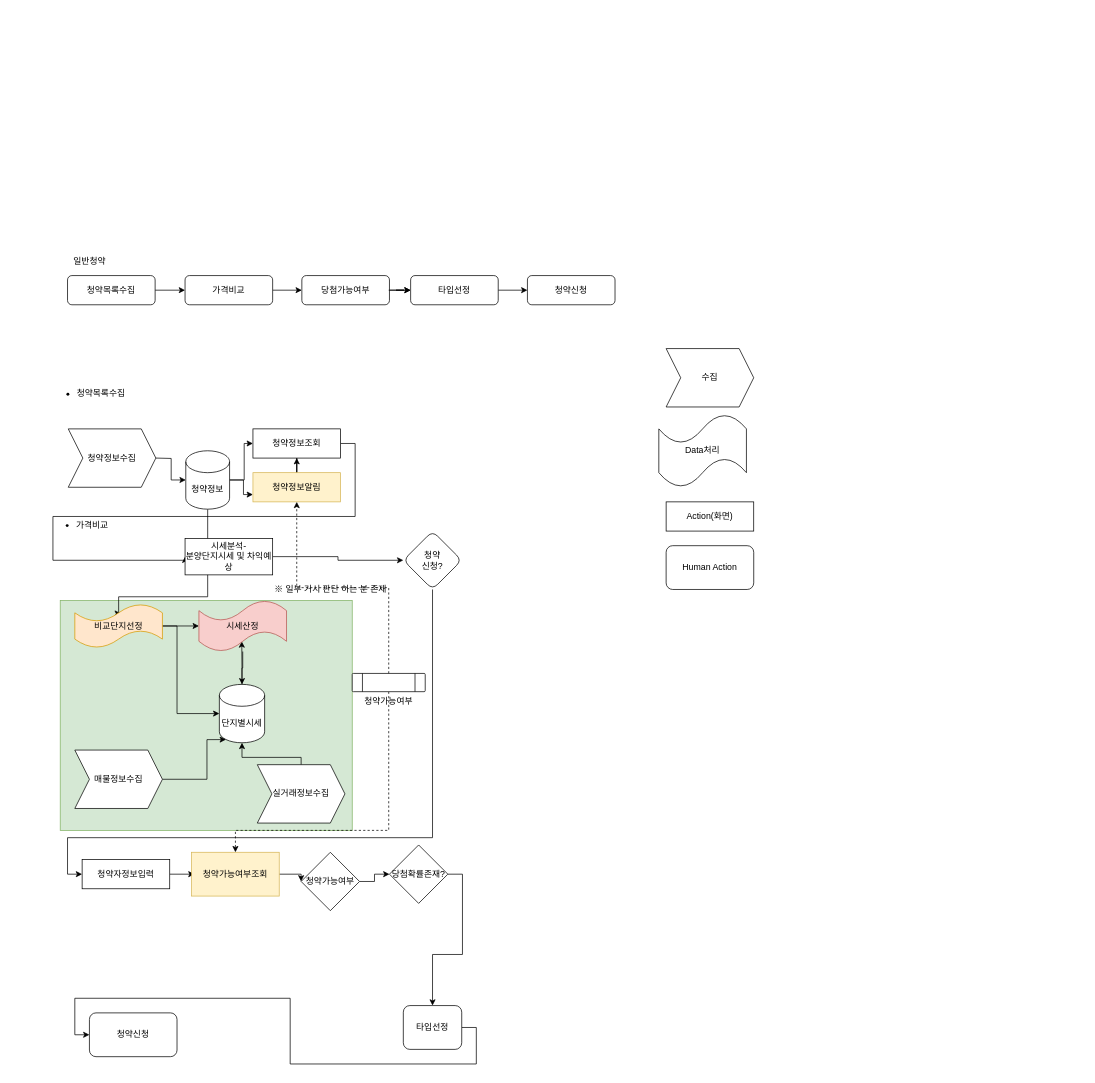
repproject/rep keeps this draw.io diagram as Untitled Diagram.drawio. Above is the earlier version. Source tidied: cells renumbered, new cells numbered last; positions are measured from the earlier drawing's top-left corner, leaving out a move shared by most shapes. Both pictures are drawn from the tidied source at 73%, with x=0, y=0 at pixel (45, 253).
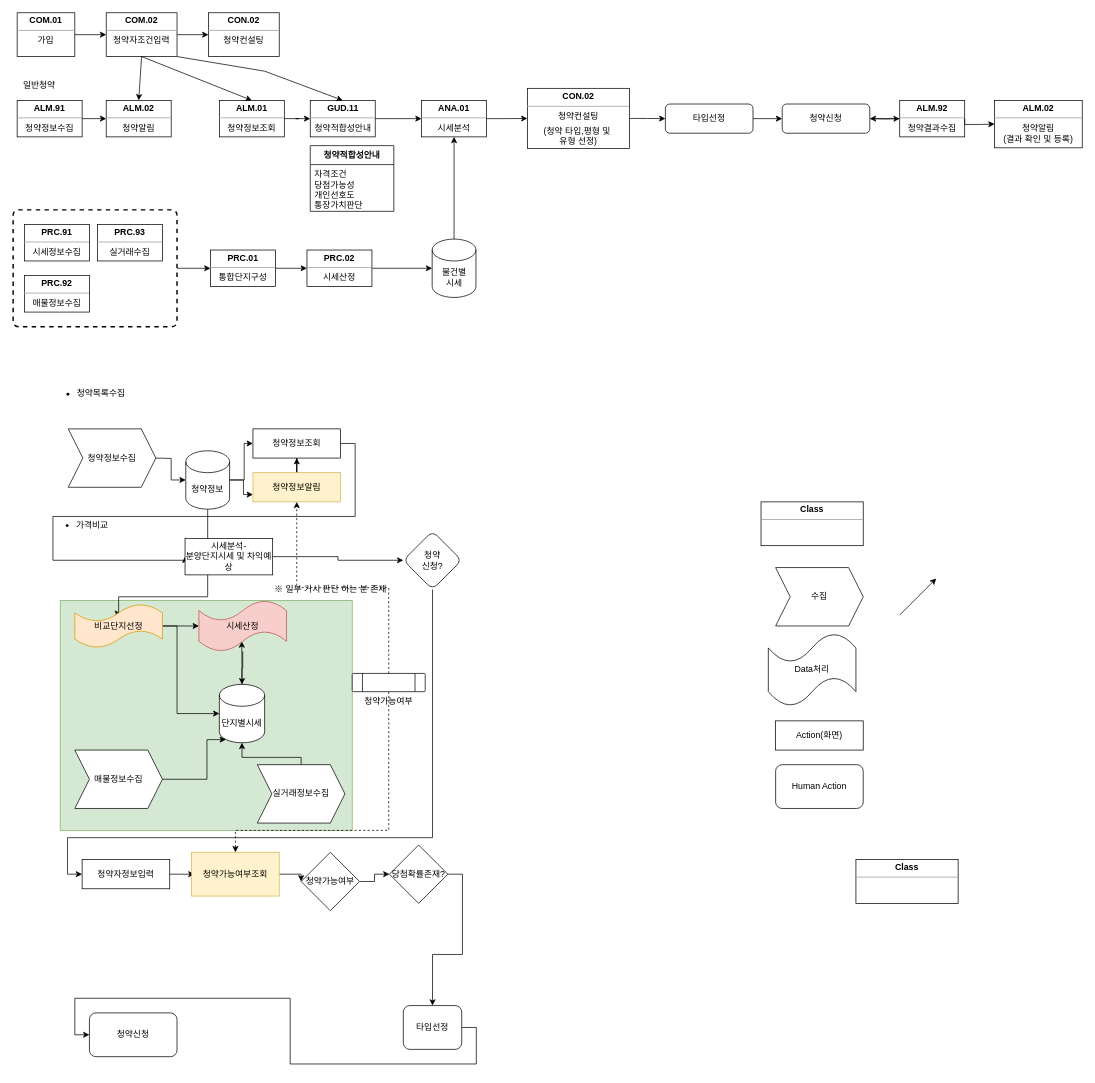
The same page after the edit.

The edit, as a diff of the source:
```diff
@@
+    <mxCell id="61" style="rounded=1;whiteSpace=wrap;html=1;absoluteArcSize=1;arcSize=14;strokeWidth=2;dashed=1;" parent="1" vertex="1">
+      <mxGeometry x="-44.5" y="-60" width="224.5" height="160" as="geometry" />
+    </mxCell>
@@
-    <mxCell id="3" style="edgeStyle=orthogonalEdgeStyle;rounded=0;jettySize=auto;html=1;exitX=1;exitY=0.5;exitDx=0;exitDy=0;entryX=0;entryY=0.5;entryDx=0;entryDy=0;" parent="1" edge="1" source="4" target="8">
-      <mxGeometry relative="1" as="geometry" />
-    </mxCell>
-    <mxCell id="4" value="청약목록수집" style="rounded=1;whiteSpace=wrap;html=1;fontSize=12;glass=0;strokeWidth=1;shadow=0;" parent="1" vertex="1">
-      <mxGeometry x="30" y="30" width="120" height="40" as="geometry" />
-    </mxCell>
-    <mxCell id="5" style="edgeStyle=orthogonalEdgeStyle;rounded=0;jettySize=auto;html=1;" parent="1" edge="1" source="6" target="10">
-      <mxGeometry relative="1" as="geometry" />
-    </mxCell>
-    <mxCell id="6" value="당첨가능여부" style="rounded=1;whiteSpace=wrap;html=1;" parent="1" vertex="1">
-      <mxGeometry x="351" y="30" width="120" height="40" as="geometry" />
-    </mxCell>
-    <mxCell id="7" style="edgeStyle=orthogonalEdgeStyle;rounded=0;jettySize=auto;html=1;exitX=1;exitY=0.5;exitDx=0;exitDy=0;entryX=0;entryY=0.5;entryDx=0;entryDy=0;" parent="1" edge="1" source="8" target="6">
-      <mxGeometry relative="1" as="geometry" />
-    </mxCell>
-    <mxCell id="8" value="가격비교" style="rounded=1;whiteSpace=wrap;html=1;" parent="1" vertex="1">
-      <mxGeometry x="191" y="30" width="120" height="40" as="geometry" />
-    </mxCell>
@@
     <mxCell id="10" value="타입선정" style="rounded=1;whiteSpace=wrap;html=1;" parent="1" vertex="1">
-      <mxGeometry x="500" y="30" width="120" height="40" as="geometry" />
+      <mxGeometry x="849" y="-205" width="120" height="40" as="geometry" />
     </mxCell>
-    <mxCell id="11" style="edgeStyle=orthogonalEdgeStyle;rounded=0;jettySize=auto;html=1;entryX=0;entryY=0.5;entryDx=0;entryDy=0;" parent="1" edge="1" target="10">
-      <mxGeometry relative="1" as="geometry">
-        <mxPoint x="470" y="50" as="sourcePoint" />
-      </mxGeometry>
+    <mxCell id="11" style="edgeStyle=orthogonalEdgeStyle;rounded=0;jettySize=auto;html=1;entryX=0;entryY=0.5;entryDx=0;entryDy=0;exitX=1;exitY=0.5;exitDx=0;exitDy=0;" parent="1" edge="1" source="90" target="10">
+      <mxGeometry relative="1" as="geometry" />
     </mxCell>
     <mxCell id="12" value="청약신청" style="rounded=1;whiteSpace=wrap;html=1;" parent="1" vertex="1">
-      <mxGeometry x="660" y="30" width="120" height="40" as="geometry" />
+      <mxGeometry x="1009" y="-205" width="120" height="40" as="geometry" />
     </mxCell>
     <mxCell id="13" value="일반청약" style="text;html=1;align=center;verticalAlign=middle;strokeColor=none;fillColor=none;" parent="1" vertex="1">
-      <mxGeometry x="30" width="60" height="20" as="geometry" />
+      <mxGeometry x="-39" y="-240" width="60" height="20" as="geometry" />
     </mxCell>
@@
     <mxCell id="39" value="수집" style="shape=step;perimeter=stepPerimeter;whiteSpace=wrap;html=1;fixedSize=1;" parent="1" vertex="1">
-      <mxGeometry x="850" y="130" width="120" height="80" as="geometry" />
+      <mxGeometry x="1000" y="430" width="120" height="80" as="geometry" />
     </mxCell>
     <mxCell id="40" value="Data처리" style="shape=tape;whiteSpace=wrap;html=1;" parent="1" vertex="1">
-      <mxGeometry x="840" y="220" width="120" height="100" as="geometry" />
+      <mxGeometry x="990" y="520" width="120" height="100" as="geometry" />
     </mxCell>
     <mxCell id="41" value="Action(화면)" style="rounded=0;whiteSpace=wrap;html=1;" parent="1" vertex="1">
-      <mxGeometry x="850" y="340" width="120" height="40" as="geometry" />
+      <mxGeometry x="1000" y="640" width="120" height="40" as="geometry" />
     </mxCell>
     <mxCell id="42" value="Human Action" style="rounded=1;whiteSpace=wrap;html=1;" parent="1" vertex="1">
-      <mxGeometry x="850" y="400" width="120" height="60" as="geometry" />
+      <mxGeometry x="1000" y="700" width="120" height="60" as="geometry" />
     </mxCell>
@@
+    <mxCell id="62" value="&lt;p style=&quot;margin:0px;margin-top:4px;text-align:center;&quot;&gt;&lt;b&gt;Class&lt;/b&gt;&lt;/p&gt;&lt;hr size=&quot;1&quot;/&gt;&lt;div style=&quot;height:2px;&quot;&gt;&lt;/div&gt;" style="verticalAlign=top;align=left;overflow=fill;fontSize=12;fontFamily=Helvetica;html=1;" parent="1" vertex="1">
+      <mxGeometry x="1110" y="830" width="140" height="60" as="geometry" />
+    </mxCell>
+    <mxCell id="63" value="&lt;p style=&quot;margin: 0px ; margin-top: 4px ; text-align: center&quot;&gt;&lt;b&gt;COM.01&lt;/b&gt;&lt;/p&gt;&lt;hr size=&quot;1&quot;&gt;&lt;div style=&quot;text-align: center ; height: 2px&quot;&gt;가입&lt;/div&gt;" style="verticalAlign=top;align=left;overflow=fill;fontSize=12;fontFamily=Helvetica;html=1;" parent="1" vertex="1">
+      <mxGeometry x="-39" y="-330" width="79" height="60" as="geometry" />
+    </mxCell>
+    <mxCell id="64" value="&lt;p style=&quot;margin: 0px ; margin-top: 4px ; text-align: center&quot;&gt;&lt;b&gt;COM.02&lt;/b&gt;&lt;/p&gt;&lt;hr size=&quot;1&quot;&gt;&lt;div style=&quot;text-align: center ; height: 2px&quot;&gt;청약자조건입력&lt;/div&gt;" style="verticalAlign=top;align=left;overflow=fill;fontSize=12;fontFamily=Helvetica;html=1;" parent="1" vertex="1">
+      <mxGeometry x="83" y="-330" width="97" height="60" as="geometry" />
+    </mxCell>
+    <mxCell id="65" style="endArrow=classic;html=1;rounded=0;exitX=1;exitY=0.5;exitDx=0;exitDy=0;entryX=0;entryY=0.5;entryDx=0;entryDy=0;" parent="1" edge="1" source="63" target="64">
+      <mxGeometry relative="1" as="geometry" />
+    </mxCell>
+    <mxCell id="66" value="&lt;p style=&quot;margin: 0px ; margin-top: 4px ; text-align: center&quot;&gt;&lt;b&gt;ALM.91&lt;/b&gt;&lt;/p&gt;&lt;hr size=&quot;1&quot;&gt;&lt;div style=&quot;text-align: center ; height: 2px&quot;&gt;청약정보수집&lt;/div&gt;" style="verticalAlign=top;align=left;overflow=fill;fontSize=12;fontFamily=Helvetica;html=1;" parent="1" vertex="1">
+      <mxGeometry x="-39" y="-210" width="89" height="50" as="geometry" />
+    </mxCell>
+    <mxCell id="67" style="endArrow=classic;html=1;rounded=0;" parent="1" edge="1">
+      <mxGeometry relative="1" as="geometry">
+        <mxPoint x="1170" y="495" as="sourcePoint" />
+        <mxPoint x="1220" y="445" as="targetPoint" />
+      </mxGeometry>
+    </mxCell>
+    <mxCell id="68" value="&lt;p style=&quot;margin:0px;margin-top:4px;text-align:center;&quot;&gt;&lt;b&gt;Class&lt;/b&gt;&lt;/p&gt;&lt;hr size=&quot;1&quot;/&gt;&lt;div style=&quot;height:2px;&quot;&gt;&lt;/div&gt;" style="verticalAlign=top;align=left;overflow=fill;fontSize=12;fontFamily=Helvetica;html=1;" parent="1" vertex="1">
+      <mxGeometry x="980" y="340" width="140" height="60" as="geometry" />
+    </mxCell>
+    <mxCell id="69" style="edgeStyle=orthogonalEdgeStyle;rounded=0;jettySize=auto;html=1;" parent="1" edge="1" source="70" target="72">
+      <mxGeometry relative="1" as="geometry" />
+    </mxCell>
+    <mxCell id="70" value="&lt;p style=&quot;margin: 0px ; margin-top: 4px ; text-align: center&quot;&gt;&lt;b&gt;ALM.01&lt;/b&gt;&lt;/p&gt;&lt;hr size=&quot;1&quot;&gt;&lt;div style=&quot;text-align: center ; height: 2px&quot;&gt;청약정보조회&lt;/div&gt;" style="verticalAlign=top;align=left;overflow=fill;fontSize=12;fontFamily=Helvetica;html=1;" parent="1" vertex="1">
+      <mxGeometry x="238" y="-210" width="89" height="50" as="geometry" />
+    </mxCell>
+    <mxCell id="71" style="endArrow=classic;html=1;rounded=0;exitX=1;exitY=0.5;exitDx=0;exitDy=0;entryX=0;entryY=0.5;entryDx=0;entryDy=0;" parent="1" edge="1" source="66" target="78">
+      <mxGeometry relative="1" as="geometry" />
+    </mxCell>
+    <mxCell id="72" value="&lt;p style=&quot;margin: 0px ; margin-top: 4px ; text-align: center&quot;&gt;&lt;b&gt;GUD.11&lt;/b&gt;&lt;/p&gt;&lt;hr size=&quot;1&quot;&gt;&lt;div style=&quot;text-align: center ; height: 2px&quot;&gt;청약적합성안내&lt;/div&gt;" style="verticalAlign=top;align=left;overflow=fill;fontSize=12;fontFamily=Helvetica;html=1;" parent="1" vertex="1">
+      <mxGeometry x="362.5" y="-210" width="89" height="50" as="geometry" />
+    </mxCell>
+    <mxCell id="73" style="endArrow=classic;html=1;rounded=0;exitX=1;exitY=1;exitDx=0;exitDy=0;entryX=0.5;entryY=0;entryDx=0;entryDy=0;" parent="1" edge="1" source="64" target="72">
+      <mxGeometry relative="1" as="geometry">
+        <Array as="points">
+          <mxPoint x="300" y="-250" />
+        </Array>
+      </mxGeometry>
+    </mxCell>
+    <mxCell id="74" value="청약적합성안내" style="swimlane;fontStyle=1;align=center;verticalAlign=top;horizontal=1;startSize=26;" parent="1" vertex="1">
+      <mxGeometry x="362.5" y="-148" width="114.5" height="90" as="geometry" />
+    </mxCell>
+    <mxCell id="75" value="자격조건&#10;당첨가능성&#10;개인선호도&#10;통장가치판단&#10;" style="text;strokeColor=none;fillColor=none;align=left;verticalAlign=top;spacingLeft=4;spacingRight=4;overflow=hidden;" parent="74" vertex="1">
+      <mxGeometry y="26" width="114.5" height="64" as="geometry" />
+    </mxCell>
+    <mxCell id="76" value="&lt;p style=&quot;margin: 0px ; margin-top: 4px ; text-align: center&quot;&gt;&lt;b&gt;ANA.01&lt;/b&gt;&lt;/p&gt;&lt;hr size=&quot;1&quot;&gt;&lt;div style=&quot;text-align: center ; height: 2px&quot;&gt;시세분석&lt;/div&gt;" style="verticalAlign=top;align=left;overflow=fill;fontSize=12;fontFamily=Helvetica;html=1;" parent="1" vertex="1">
+      <mxGeometry x="515" y="-210" width="89" height="50" as="geometry" />
+    </mxCell>
+    <mxCell id="77" style="edgeStyle=orthogonalEdgeStyle;rounded=0;jettySize=auto;html=1;entryX=0;entryY=0.5;entryDx=0;entryDy=0;exitX=1;exitY=0.5;exitDx=0;exitDy=0;" parent="1" edge="1" source="72" target="76">
+      <mxGeometry relative="1" as="geometry" />
+    </mxCell>
+    <mxCell id="78" value="&lt;p style=&quot;margin: 0px ; margin-top: 4px ; text-align: center&quot;&gt;&lt;b&gt;ALM.02&lt;/b&gt;&lt;/p&gt;&lt;hr size=&quot;1&quot;&gt;&lt;div style=&quot;text-align: center ; height: 2px&quot;&gt;청약알림&lt;/div&gt;" style="verticalAlign=top;align=left;overflow=fill;fontSize=12;fontFamily=Helvetica;html=1;" parent="1" vertex="1">
+      <mxGeometry x="83" y="-210" width="89" height="50" as="geometry" />
+    </mxCell>
+    <mxCell id="79" style="endArrow=classic;html=1;rounded=0;exitX=0.5;exitY=1;exitDx=0;exitDy=0;entryX=0.5;entryY=0;entryDx=0;entryDy=0;" parent="1" edge="1" source="64" target="78">
+      <mxGeometry relative="1" as="geometry" />
+    </mxCell>
+    <mxCell id="80" style="endArrow=classic;html=1;rounded=0;exitX=0.5;exitY=1;exitDx=0;exitDy=0;entryX=0.5;entryY=0;entryDx=0;entryDy=0;" parent="1" edge="1" source="64" target="70">
+      <mxGeometry relative="1" as="geometry" />
+    </mxCell>
+    <mxCell id="81" value="&lt;p style=&quot;margin: 0px ; margin-top: 4px ; text-align: center&quot;&gt;&lt;b&gt;CON.02&lt;/b&gt;&lt;/p&gt;&lt;hr size=&quot;1&quot;&gt;&lt;div style=&quot;text-align: center ; height: 2px&quot;&gt;청약컨설팅&lt;/div&gt;" style="verticalAlign=top;align=left;overflow=fill;fontSize=12;fontFamily=Helvetica;html=1;" parent="1" vertex="1">
+      <mxGeometry x="223" y="-330" width="97" height="60" as="geometry" />
+    </mxCell>
+    <mxCell id="82" style="endArrow=classic;html=1;rounded=0;entryX=0;entryY=0.5;entryDx=0;entryDy=0;exitX=1;exitY=0.5;exitDx=0;exitDy=0;" parent="1" edge="1" source="64" target="81">
+      <mxGeometry relative="1" as="geometry" />
+    </mxCell>
+    <mxCell id="83" value="물건별&lt;br&gt;시세" style="shape=cylinder3;whiteSpace=wrap;html=1;boundedLbl=1;backgroundOutline=1;size=15;" parent="1" vertex="1">
+      <mxGeometry x="529.5" y="-20" width="60" height="80" as="geometry" />
+    </mxCell>
+    <mxCell id="84" style="edgeStyle=orthogonalEdgeStyle;rounded=0;jettySize=auto;html=1;entryX=0.5;entryY=1;entryDx=0;entryDy=0;exitX=0.5;exitY=0;exitDx=0;exitDy=0;exitPerimeter=0;" parent="1" edge="1" source="83" target="76">
+      <mxGeometry relative="1" as="geometry" />
+    </mxCell>
+    <mxCell id="85" value="&lt;p style=&quot;margin: 0px ; margin-top: 4px ; text-align: center&quot;&gt;&lt;b&gt;PRC.91&lt;/b&gt;&lt;/p&gt;&lt;hr size=&quot;1&quot;&gt;&lt;div style=&quot;text-align: center ; height: 2px&quot;&gt;시세정보수집&lt;/div&gt;" style="verticalAlign=top;align=left;overflow=fill;fontSize=12;fontFamily=Helvetica;html=1;" parent="1" vertex="1">
+      <mxGeometry x="-29" y="-40" width="89" height="50" as="geometry" />
+    </mxCell>
+    <mxCell id="86" value="&lt;p style=&quot;margin: 0px ; margin-top: 4px ; text-align: center&quot;&gt;&lt;b&gt;PRC.92&lt;/b&gt;&lt;/p&gt;&lt;hr size=&quot;1&quot;&gt;&lt;div style=&quot;text-align: center ; height: 2px&quot;&gt;매물정보수집&lt;/div&gt;" style="verticalAlign=top;align=left;overflow=fill;fontSize=12;fontFamily=Helvetica;html=1;" parent="1" vertex="1">
+      <mxGeometry x="-29" y="30" width="89" height="50" as="geometry" />
+    </mxCell>
+    <mxCell id="87" value="&lt;p style=&quot;margin: 0px ; margin-top: 4px ; text-align: center&quot;&gt;&lt;b&gt;PRC.93&lt;/b&gt;&lt;/p&gt;&lt;hr size=&quot;1&quot;&gt;&lt;div style=&quot;text-align: center ; height: 2px&quot;&gt;실거래수집&lt;/div&gt;" style="verticalAlign=top;align=left;overflow=fill;fontSize=12;fontFamily=Helvetica;html=1;" parent="1" vertex="1">
+      <mxGeometry x="71" y="-40" width="89" height="50" as="geometry" />
+    </mxCell>
+    <mxCell id="88" value="&lt;p style=&quot;margin: 0px ; margin-top: 4px ; text-align: center&quot;&gt;&lt;b&gt;PRC.01&lt;/b&gt;&lt;/p&gt;&lt;hr size=&quot;1&quot;&gt;&lt;div style=&quot;text-align: center ; height: 2px&quot;&gt;통합단지구성&lt;/div&gt;" style="verticalAlign=top;align=left;overflow=fill;fontSize=12;fontFamily=Helvetica;html=1;" parent="1" vertex="1">
+      <mxGeometry x="225.8" y="-5" width="89" height="50" as="geometry" />
+    </mxCell>
+    <mxCell id="89" value="&lt;p style=&quot;margin: 0px ; margin-top: 4px ; text-align: center&quot;&gt;&lt;b&gt;PRC.02&lt;/b&gt;&lt;/p&gt;&lt;hr size=&quot;1&quot;&gt;&lt;div style=&quot;text-align: center ; height: 2px&quot;&gt;시세산정&lt;/div&gt;" style="verticalAlign=top;align=left;overflow=fill;fontSize=12;fontFamily=Helvetica;html=1;" parent="1" vertex="1">
+      <mxGeometry x="358" y="-5" width="89" height="50" as="geometry" />
+    </mxCell>
+    <mxCell id="90" value="&lt;p style=&quot;margin: 0px ; margin-top: 4px ; text-align: center&quot;&gt;&lt;b&gt;CON.02&lt;/b&gt;&lt;/p&gt;&lt;hr size=&quot;1&quot;&gt;&lt;div style=&quot;text-align: center ; height: 2px&quot;&gt;청약컨설팅&lt;/div&gt;&lt;div style=&quot;text-align: center ; height: 2px&quot;&gt;&lt;br&gt;&lt;/div&gt;&lt;div style=&quot;text-align: center ; height: 2px&quot;&gt;&lt;br&gt;&lt;/div&gt;&lt;div style=&quot;text-align: center ; height: 2px&quot;&gt;&lt;br&gt;&lt;/div&gt;&lt;div style=&quot;text-align: center ; height: 2px&quot;&gt;&lt;br&gt;&lt;/div&gt;&lt;div style=&quot;text-align: center ; height: 2px&quot;&gt;&lt;br&gt;&lt;/div&gt;&lt;div style=&quot;text-align: center ; height: 2px&quot;&gt;&lt;br&gt;&lt;/div&gt;&lt;div style=&quot;text-align: center ; height: 2px&quot;&gt;&lt;br&gt;&lt;/div&gt;&lt;div style=&quot;text-align: center ; height: 2px&quot;&gt;&lt;br&gt;&lt;/div&gt;&lt;div style=&quot;text-align: center ; height: 2px&quot;&gt;&lt;br&gt;&lt;/div&gt;&lt;div style=&quot;text-align: center ; height: 2px&quot;&gt;(청약 타입,평형 및&amp;nbsp;&lt;/div&gt;&lt;div style=&quot;text-align: center ; height: 2px&quot;&gt;&lt;br&gt;&lt;/div&gt;&lt;div style=&quot;text-align: center ; height: 2px&quot;&gt;&lt;br&gt;&lt;/div&gt;&lt;div style=&quot;text-align: center ; height: 2px&quot;&gt;&lt;br&gt;&lt;/div&gt;&lt;div style=&quot;text-align: center ; height: 2px&quot;&gt;&lt;br&gt;&lt;/div&gt;&lt;div style=&quot;text-align: center ; height: 2px&quot;&gt;&lt;br&gt;&lt;/div&gt;&lt;div style=&quot;text-align: center ; height: 2px&quot;&gt;&lt;br&gt;&lt;/div&gt;&lt;div style=&quot;text-align: center ; height: 2px&quot;&gt;유형 선정)&lt;/div&gt;&lt;div style=&quot;text-align: center ; height: 2px&quot;&gt;&lt;br&gt;&lt;/div&gt;" style="verticalAlign=top;align=left;overflow=fill;fontSize=12;fontFamily=Helvetica;html=1;" parent="1" vertex="1">
+      <mxGeometry x="660" y="-226.5" width="140" height="82.5" as="geometry" />
+    </mxCell>
+    <mxCell id="91" style="edgeStyle=orthogonalEdgeStyle;rounded=0;jettySize=auto;html=1;entryX=0;entryY=0.5;entryDx=0;entryDy=0;exitX=1;exitY=0.5;exitDx=0;exitDy=0;" parent="1" edge="1" source="76" target="90">
+      <mxGeometry relative="1" as="geometry" />
+    </mxCell>
+    <mxCell id="92" style="edgeStyle=orthogonalEdgeStyle;rounded=0;jettySize=auto;html=1;" parent="1" edge="1" source="93" target="12">
+      <mxGeometry relative="1" as="geometry" />
+    </mxCell>
+    <mxCell id="93" value="&lt;p style=&quot;margin: 0px ; margin-top: 4px ; text-align: center&quot;&gt;&lt;b&gt;ALM.92&lt;/b&gt;&lt;/p&gt;&lt;hr size=&quot;1&quot;&gt;&lt;div style=&quot;text-align: center ; height: 2px&quot;&gt;청약결과수집&lt;/div&gt;" style="verticalAlign=top;align=left;overflow=fill;fontSize=12;fontFamily=Helvetica;html=1;" parent="1" vertex="1">
+      <mxGeometry x="1170" y="-210" width="89" height="50" as="geometry" />
+    </mxCell>
+    <mxCell id="94" style="edgeStyle=orthogonalEdgeStyle;rounded=0;jettySize=auto;html=1;entryX=0;entryY=0.5;entryDx=0;entryDy=0;" parent="1" edge="1" target="93">
+      <mxGeometry relative="1" as="geometry">
+        <mxPoint x="1130" y="-185" as="sourcePoint" />
+      </mxGeometry>
+    </mxCell>
+    <mxCell id="95" value="&lt;p style=&quot;margin: 0px ; margin-top: 4px ; text-align: center&quot;&gt;&lt;b&gt;ALM.02&lt;/b&gt;&lt;/p&gt;&lt;hr size=&quot;1&quot;&gt;&lt;div style=&quot;text-align: center ; height: 2px&quot;&gt;청약알림&lt;br&gt;(결과 확인 및 등록)&lt;/div&gt;" style="verticalAlign=top;align=left;overflow=fill;fontSize=12;fontFamily=Helvetica;html=1;" parent="1" vertex="1">
+      <mxGeometry x="1300" y="-210" width="120" height="65" as="geometry" />
+    </mxCell>
+    <mxCell id="96" style="edgeStyle=orthogonalEdgeStyle;rounded=0;jettySize=auto;html=1;entryX=0;entryY=0.5;entryDx=0;entryDy=0;exitX=1;exitY=0.5;exitDx=0;exitDy=0;" parent="1" edge="1" source="93" target="95">
+      <mxGeometry relative="1" as="geometry">
+        <Array as="points">
+          <mxPoint x="1259" y="-177" />
+          <mxPoint x="1280" y="-177" />
+        </Array>
+      </mxGeometry>
+    </mxCell>
+    <mxCell id="97" style="endArrow=classic;html=1;rounded=0;exitX=1;exitY=0.5;exitDx=0;exitDy=0;entryX=0;entryY=0.5;entryDx=0;entryDy=0;" parent="1" edge="1" source="61" target="88">
+      <mxGeometry relative="1" as="geometry" />
+    </mxCell>
+    <mxCell id="98" style="endArrow=classic;html=1;rounded=0;entryX=0;entryY=0.5;entryDx=0;entryDy=0;exitX=1;exitY=0.5;exitDx=0;exitDy=0;" parent="1" edge="1" source="88" target="89">
+      <mxGeometry relative="1" as="geometry" />
+    </mxCell>
+    <mxCell id="99" style="endArrow=classic;html=1;rounded=0;entryX=0;entryY=0.5;entryDx=0;entryDy=0;entryPerimeter=0;exitX=1;exitY=0.5;exitDx=0;exitDy=0;" parent="1" edge="1" source="89" target="83">
+      <mxGeometry relative="1" as="geometry" />
+    </mxCell>
```
